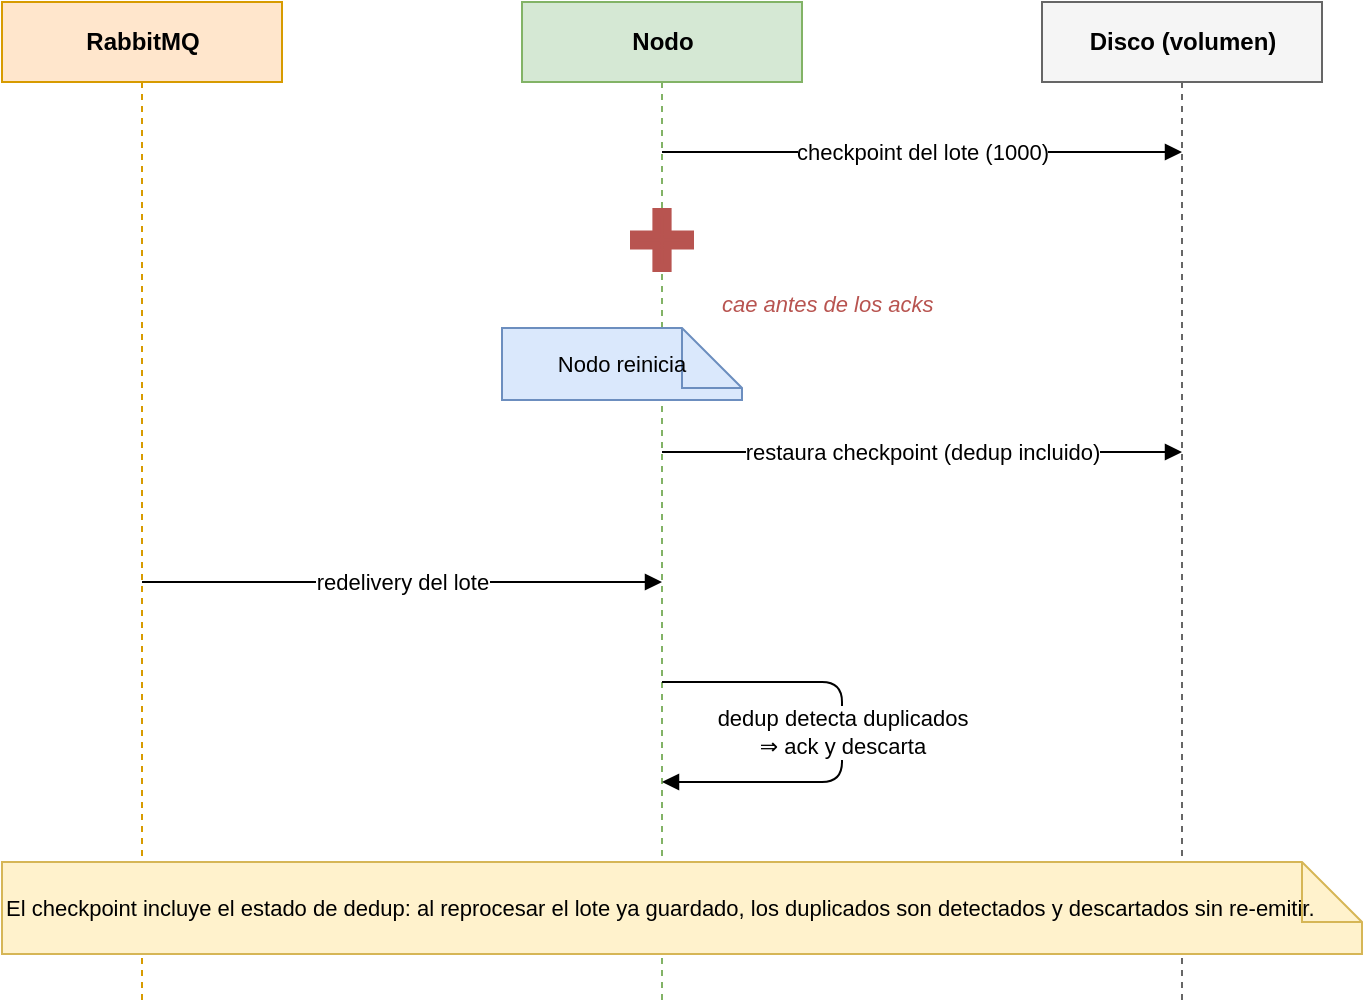
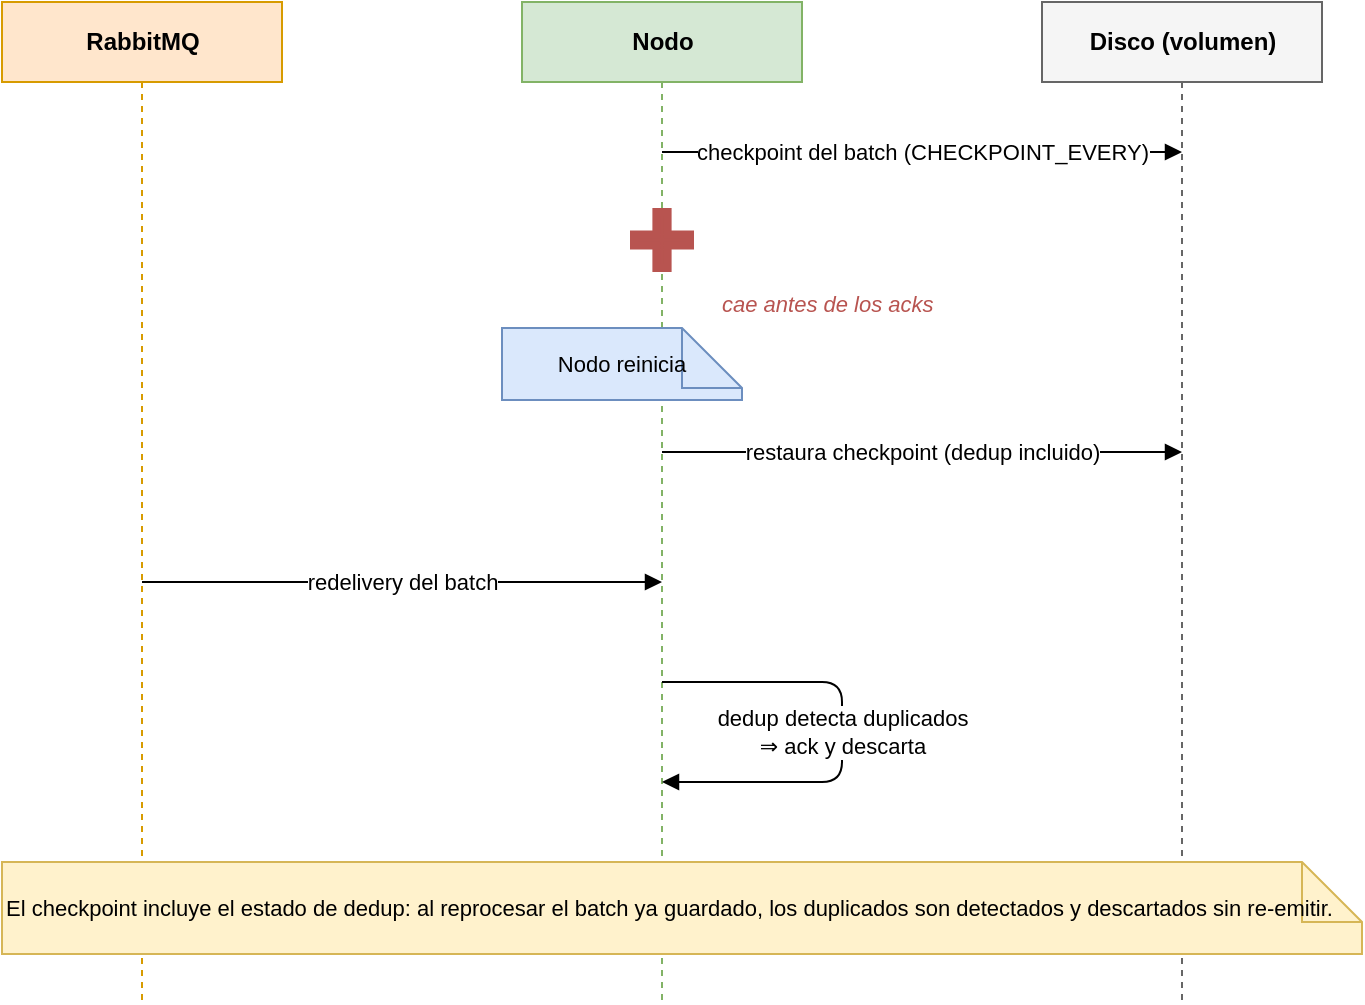
<mxfile host="app.diagrams.net" version="24.0.0">
  <diagram name="ft-failure-preack" id="ftfailpreack">
    <mxGraphModel dx="900" dy="600" grid="0" gridSize="10" guides="1" tooltips="1" connect="1" arrows="1" fold="1" page="1" pageScale="1" pageWidth="820" pageHeight="560" math="0" shadow="0">
      <root>
        <mxCell id="0" />
        <mxCell id="1" parent="0" />


        <mxCell id="lmq" value="RabbitMQ" style="shape=umlLifeline;perimeter=lifelinePerimeter;html=1;fillColor=#ffe6cc;strokeColor=#d79b00;fontStyle=1;size=40;" vertex="1" parent="1">
          <mxGeometry x="20.00" y="20.00" width="140" height="500" as="geometry" />
        </mxCell>
        <mxCell id="ln" value="Nodo" style="shape=umlLifeline;perimeter=lifelinePerimeter;html=1;fillColor=#d5e8d4;strokeColor=#82b366;fontStyle=1;size=40;" vertex="1" parent="1">
          <mxGeometry x="280.00" y="20.00" width="140" height="500" as="geometry" />
        </mxCell>
        <mxCell id="ld" value="Disco (volumen)" style="shape=umlLifeline;perimeter=lifelinePerimeter;html=1;fillColor=#f5f5f5;strokeColor=#666666;fontStyle=1;size=40;" vertex="1" parent="1">
          <mxGeometry x="540.00" y="20.00" width="140" height="500" as="geometry" />
        </mxCell>


-         <mxCell id="m1" value="checkpoint del lote (1000)" style="html=1;endArrow=block;fontSize=11;" edge="1" parent="1">
+         <mxCell id="m1" value="checkpoint del batch (CHECKPOINT_EVERY)" style="html=1;endArrow=block;fontSize=11;" edge="1" parent="1">
          <mxGeometry relative="1" as="geometry">
            <mxPoint x="350.00" y="95.00" as="sourcePoint" />
            <mxPoint x="610.00" y="95.00" as="targetPoint" />
          </mxGeometry>
        </mxCell>


        <mxCell id="crash" value="" style="shape=cross;html=1;strokeColor=#b85450;strokeWidth=4;fillColor=#b85450;" vertex="1" parent="1">
          <mxGeometry x="336.00" y="125.00" width="28" height="28" as="geometry" />
        </mxCell>
        <mxCell id="crashlbl" value="cae antes de los acks" style="text;html=1;fontSize=11;fontColor=#b85450;fontStyle=2;align=left;" vertex="1" parent="1">
          <mxGeometry x="378.00" y="158.00" width="180" height="20" as="geometry" />
        </mxCell>


        <mxCell id="rnote" value="Nodo reinicia" style="shape=note;whiteSpace=wrap;html=1;fillColor=#dae8fc;strokeColor=#6c8ebf;fontSize=11;align=center;" vertex="1" parent="1">
          <mxGeometry x="270.00" y="183.00" width="120" height="36" as="geometry" />
        </mxCell>


        <mxCell id="m2" value="restaura checkpoint (dedup incluido)" style="html=1;endArrow=block;fontSize=11;" edge="1" parent="1">
          <mxGeometry relative="1" as="geometry">
            <mxPoint x="350.00" y="245.00" as="sourcePoint" />
            <mxPoint x="610.00" y="245.00" as="targetPoint" />
          </mxGeometry>
        </mxCell>


-         <mxCell id="m3" value="redelivery del lote" style="html=1;endArrow=block;fontSize=11;" edge="1" parent="1">
+         <mxCell id="m3" value="redelivery del batch" style="html=1;endArrow=block;fontSize=11;" edge="1" parent="1">
          <mxGeometry relative="1" as="geometry">
            <mxPoint x="90.00" y="310.00" as="sourcePoint" />
            <mxPoint x="350.00" y="310.00" as="targetPoint" />
          </mxGeometry>
        </mxCell>


        <mxCell id="m4" value="dedup detecta duplicados&#10;⇒ ack y descarta" style="html=1;endArrow=block;fontSize=11;rounded=1;" edge="1" parent="1">
          <mxGeometry relative="1" as="geometry">
            <mxPoint x="350.00" y="360.00" as="sourcePoint" />
            <mxPoint x="350.00" y="410.00" as="targetPoint" />
            <Array as="points">
              <mxPoint x="440.00" y="360.00" />
              <mxPoint x="440.00" y="410.00" />
            </Array>
          </mxGeometry>
        </mxCell>


-         <mxCell id="note" value="El checkpoint incluye el estado de dedup: al reprocesar el lote ya guardado, los duplicados son detectados y descartados sin re-emitir." style="shape=note;whiteSpace=wrap;html=1;fillColor=#fff2cc;strokeColor=#d6b656;fontSize=11;align=left;" vertex="1" parent="1">
+         <mxCell id="note" value="El checkpoint incluye el estado de dedup: al reprocesar el batch ya guardado, los duplicados son detectados y descartados sin re-emitir." style="shape=note;whiteSpace=wrap;html=1;fillColor=#fff2cc;strokeColor=#d6b656;fontSize=11;align=left;" vertex="1" parent="1">
          <mxGeometry x="20.00" y="450.00" width="680" height="46" as="geometry" />
        </mxCell>

      </root>
    </mxGraphModel>
  </diagram>
</mxfile>